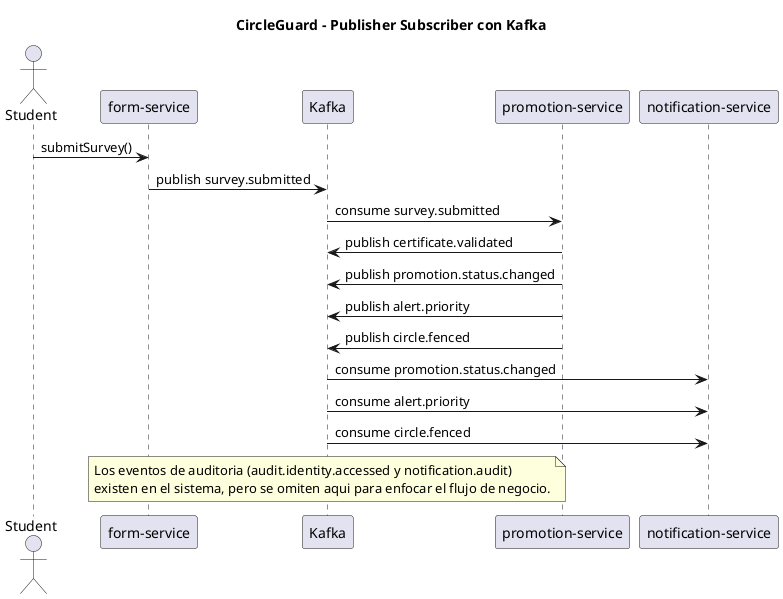
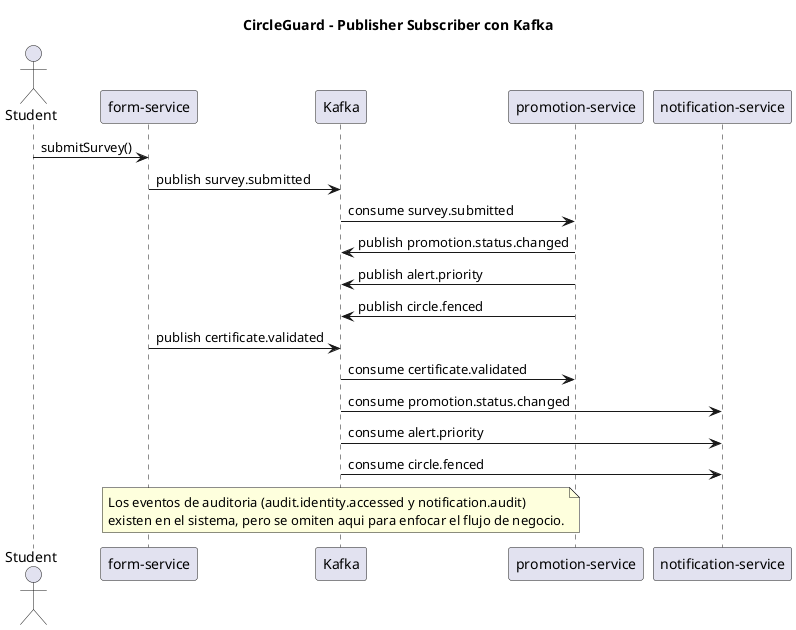
@startuml
title CircleGuard - Publisher Subscriber con Kafka

actor Student
participant "form-service" as Form
participant Kafka
participant "promotion-service" as Promotion
participant "notification-service" as Notification

Student -> Form : submitSurvey()
Form -> Kafka : publish survey.submitted
Kafka -> Promotion : consume survey.submitted
- Promotion -> Kafka : publish certificate.validated
Promotion -> Kafka : publish promotion.status.changed
Promotion -> Kafka : publish alert.priority
Promotion -> Kafka : publish circle.fenced
+ Form -> Kafka : publish certificate.validated
+ Kafka -> Promotion : consume certificate.validated
Kafka -> Notification : consume promotion.status.changed
Kafka -> Notification : consume alert.priority
Kafka -> Notification : consume circle.fenced

note over Kafka
Los eventos de auditoria (audit.identity.accessed y notification.audit)
existen en el sistema, pero se omiten aqui para enfocar el flujo de negocio.
end note

@enduml